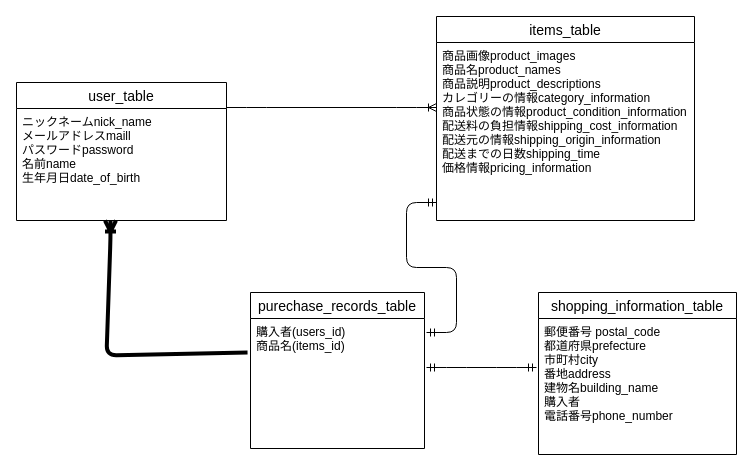
The draw.io diagram furima.dio in akixxxxx/furima-41469, before the edit. Source tidied: cells renumbered, new cells numbered last; positions are measured from the earlier drawing's top-left corner, leaving out a move shared by most shapes. Both pictures are drawn from the tidied source at 100%, with x=0, y=0 at pixel (16, 16).
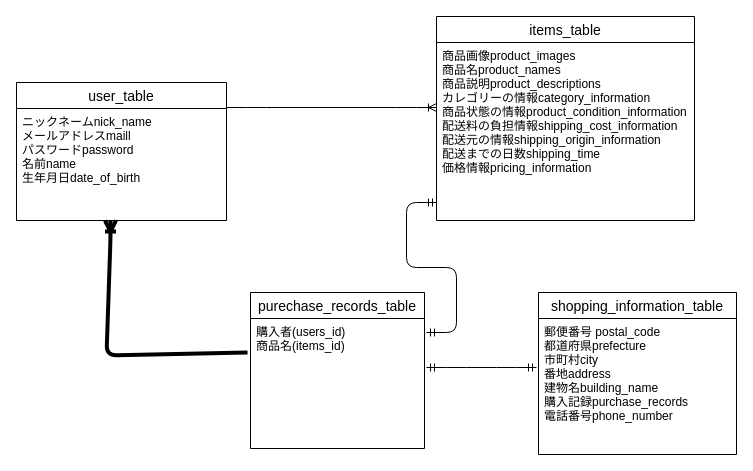
After the change.

Commit message (it also covers changes not shown here):
ER図とREADAMEの修正2

What changed in the source:
```diff
@@
 <mxGraphModel>
   <root>
     <mxCell id="0" />
     <mxCell id="1" parent="0" />
     <mxCell id="2" style="edgeStyle=entityRelationEdgeStyle;fontSize=12;html=1;endArrow=ERoneToMany;exitX=1;exitY=0.5;exitDx=0;exitDy=0;entryX=0;entryY=0.5;entryDx=0;entryDy=0;endFill=0;" parent="1" edge="1">
       <mxGeometry relative="1" as="geometry">
         <mxPoint x="210" y="91" as="sourcePoint" />
         <mxPoint x="420" y="91" as="targetPoint" />
       </mxGeometry>
     </mxCell>
     <mxCell id="3" style="edgeStyle=none;html=1;exitX=-0.017;exitY=0.262;exitDx=0;exitDy=0;endArrow=ERoneToMany;endFill=0;strokeWidth=4;rounded=1;strokeColor=default;exitPerimeter=0;" parent="1" edge="1" source="11">
       <mxGeometry relative="1" as="geometry">
         <mxPoint x="94" y="204" as="targetPoint" />
         <Array as="points">
           <mxPoint x="90" y="339" />
           <mxPoint x="94" y="222" />
         </Array>
       </mxGeometry>
     </mxCell>
     <mxCell id="4" style="edgeStyle=entityRelationEdgeStyle;fontSize=12;html=1;endArrow=ERmandOne;startArrow=ERmandOne;exitX=1;exitY=0.5;exitDx=0;exitDy=0;entryX=0;entryY=0.5;entryDx=0;entryDy=0;" parent="1" edge="1">
       <mxGeometry relative="1" as="geometry">
         <mxPoint x="410" y="351" as="sourcePoint" />
         <mxPoint x="520" y="351" as="targetPoint" />
       </mxGeometry>
     </mxCell>
     <mxCell id="5" style="edgeStyle=entityRelationEdgeStyle;fontSize=12;html=1;endArrow=ERmandOne;startArrow=ERmandOne;entryX=0;entryY=0.5;entryDx=0;entryDy=0;" parent="1" edge="1">
       <mxGeometry relative="1" as="geometry">
         <mxPoint x="410" y="316" as="sourcePoint" />
         <mxPoint x="420" y="186" as="targetPoint" />
       </mxGeometry>
     </mxCell>
     <mxCell id="6" value="user_table" style="swimlane;fontStyle=0;horizontal=1;startSize=26;align=center;fontSize=14;" parent="1" vertex="1">
       <mxGeometry y="66" width="210" height="138" as="geometry" />
     </mxCell>
     <mxCell id="7" value="ニックネームnick_name&#10;メールアドレスmaill&#10;パスワードpassword&#10;名前name&#10;生年月日date_of_birth&#10;" style="text;strokeColor=none;fillColor=none;spacingLeft=4;spacingRight=4;overflow=hidden;fontSize=12;" parent="6" vertex="1">
       <mxGeometry y="26" width="210" height="112" as="geometry" />
     </mxCell>
     <mxCell id="8" value="items_table" style="swimlane;fontStyle=0;horizontal=1;startSize=26;align=center;fontSize=14;" parent="1" vertex="1">
       <mxGeometry x="420" width="258" height="204" as="geometry" />
     </mxCell>
     <mxCell id="9" value="商品画像product_images&#10;商品名product_names&#10;商品説明product_descriptions&#10;カレゴリーの情報category_information&#10;商品状態の情報product_condition_information&#10;配送料の負担情報shipping_cost_information&#10;配送元の情報shipping_origin_information&#10;配送までの日数shipping_time&#10;価格情報pricing_information&#10;" style="text;strokeColor=none;fillColor=none;spacingLeft=4;spacingRight=4;overflow=hidden;fontSize=12;" parent="8" vertex="1">
       <mxGeometry y="26" width="258" height="178" as="geometry" />
     </mxCell>
     <mxCell id="10" value="purechase_records_table" style="swimlane;fontStyle=0;horizontal=1;startSize=26;align=center;fontSize=14;" parent="1" vertex="1">
       <mxGeometry x="234" y="276" width="174" height="156" as="geometry" />
     </mxCell>
     <mxCell id="11" value="購入者(users_id)&#10;商品名(items_id)&#10;" style="text;strokeColor=none;fillColor=none;spacingLeft=4;spacingRight=4;overflow=hidden;points=[[0,0.5],[1,0.5]];portConstraint=eastwest;fontSize=12;" parent="10" vertex="1">
       <mxGeometry y="26" width="174" height="130" as="geometry" />
     </mxCell>
     <mxCell id="12" value="shopping_information_table" style="swimlane;fontStyle=0;horizontal=1;startSize=26;align=center;fontSize=14;" parent="1" vertex="1">
       <mxGeometry x="522" y="276" width="198" height="162" as="geometry" />
     </mxCell>
-    <mxCell id="13" value="郵便番号 postal_code&#10;都道府県prefecture&#10;市町村city&#10;番地address&#10;建物名building_name&#10;購入者&#10;電話番号phone_number&#10;" style="text;strokeColor=none;fillColor=none;spacingLeft=4;spacingRight=4;overflow=hidden;fontSize=12;" parent="12" vertex="1">
+    <mxCell id="13" value="郵便番号 postal_code&#10;都道府県prefecture&#10;市町村city&#10;番地address&#10;建物名building_name&#10;購入記録purchase_records&#10;電話番号phone_number&#10;" style="text;strokeColor=none;fillColor=none;spacingLeft=4;spacingRight=4;overflow=hidden;fontSize=12;" parent="12" vertex="1">
       <mxGeometry y="26" width="198" height="136" as="geometry" />
     </mxCell>
   </root>
 </mxGraphModel>
```
